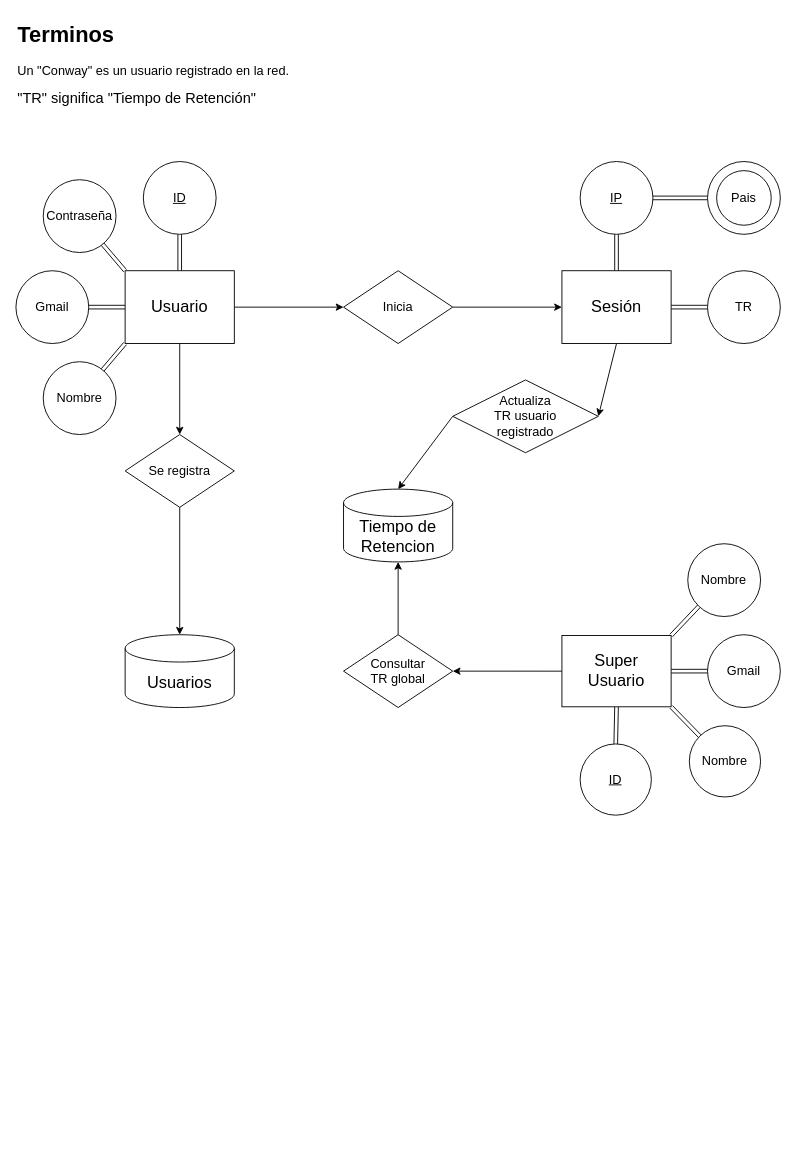
Earlier version of the draw.io diagram diagramas/DER.drawio (POLA-LCS/conway-social-life). Source tidied: cells renumbered, new cells numbered last; positions are measured from the earlier drawing's top-left corner, leaving out a move shared by most shapes. Both pictures are drawn from the tidied source at 91%, with x=0, y=0 at pixel (15, 15).
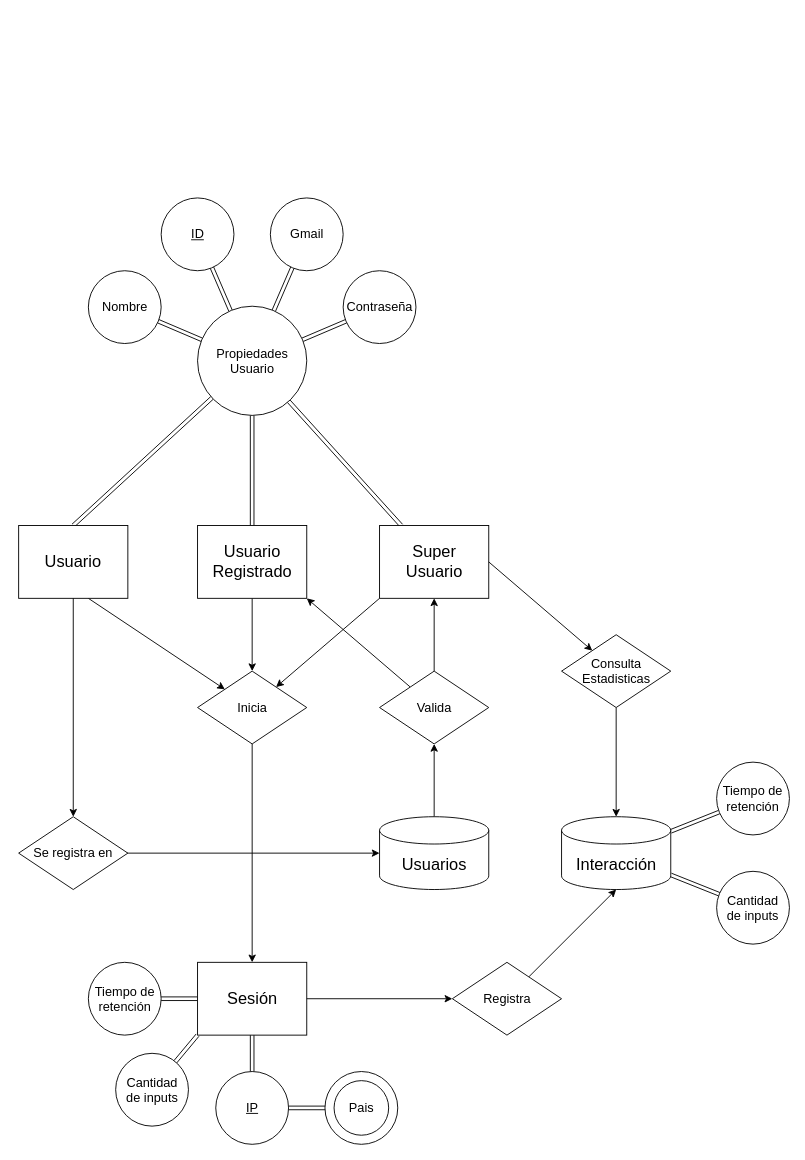
The same page after the edit.

The change refers to these unchanged cells:
```xml
<mxCell id="33" style="ellipse;whiteSpace=wrap;html=1;" parent="32" vertex="1">
  <mxGeometry width="80" height="80" as="geometry" />
</mxCell>
<mxCell id="34" value="&lt;font style=&quot;font-size: 14px;&quot;&gt;Pais&lt;/font&gt;" style="ellipse;whiteSpace=wrap;html=1;" parent="32" vertex="1">
  <mxGeometry x="10" y="10" width="60" height="60" as="geometry" />
</mxCell>
```

The edit, as a diff of the source:
```diff
@@
-    <mxCell id="2" style="rounded=0;jettySize=auto;html=1;exitX=0.5;exitY=1;exitDx=0;exitDy=0;entryX=0.5;entryY=0;entryDx=0;entryDy=0;" parent="1" edge="1" source="8" target="10">
-      <mxGeometry relative="1" as="geometry" />
-    </mxCell>
-    <mxCell id="3" style="edgeStyle=none;rounded=0;jettySize=auto;html=1;exitX=0;exitY=0.5;exitDx=0;exitDy=0;shape=link;" parent="1" edge="1" source="8" target="18">
-      <mxGeometry relative="1" as="geometry">
-        <Array as="points">
-          <mxPoint x="100" y="320" />
-        </Array>
-      </mxGeometry>
-    </mxCell>
-    <mxCell id="4" style="edgeStyle=none;rounded=0;jettySize=auto;html=1;exitX=0;exitY=0;exitDx=0;exitDy=0;shape=link;" parent="1" edge="1" source="8" target="19">
-      <mxGeometry relative="1" as="geometry" />
-    </mxCell>
-    <mxCell id="5" style="edgeStyle=none;rounded=0;jettySize=auto;html=1;exitX=1;exitY=0.5;exitDx=0;exitDy=0;entryX=0;entryY=0.5;entryDx=0;entryDy=0;" parent="1" edge="1" source="8" target="29">
-      <mxGeometry relative="1" as="geometry" />
-    </mxCell>
-    <mxCell id="6" style="edgeStyle=none;rounded=0;jettySize=auto;html=1;exitX=0.5;exitY=0;exitDx=0;exitDy=0;shape=link;" parent="1" edge="1" source="8" target="35">
-      <mxGeometry relative="1" as="geometry" />
-    </mxCell>
-    <mxCell id="7" style="edgeStyle=none;rounded=0;jettySize=auto;html=1;exitX=0;exitY=1;exitDx=0;exitDy=0;shape=link;" parent="1" edge="1" source="8" target="36">
-      <mxGeometry relative="1" as="geometry" />
-    </mxCell>
+    <mxCell id="44" style="edgeStyle=none;rounded=0;jettySize=auto;html=1;shape=link;" parent="1" edge="1" target="56">
+      <mxGeometry relative="1" as="geometry">
+        <mxPoint x="63" y="560" as="sourcePoint" />
+      </mxGeometry>
+    </mxCell>
+    <mxCell id="45" style="edgeStyle=none;rounded=0;jettySize=auto;html=1;exitX=1;exitY=1;exitDx=0;exitDy=0;" parent="1" edge="1" target="29">
+      <mxGeometry relative="1" as="geometry">
+        <mxPoint x="79.6" y="640" as="sourcePoint" />
+      </mxGeometry>
+    </mxCell>
     <mxCell id="8" value="&lt;font style=&quot;font-size: 18px;&quot;&gt;Usuario&lt;/font&gt;" style="rounded=0;whiteSpace=wrap;html=1;" parent="1" vertex="1">
-      <mxGeometry x="120" y="280" width="120" height="80" as="geometry" />
+      <mxGeometry x="3" y="560" width="120" height="80" as="geometry" />
     </mxCell>
+    <mxCell id="46" style="edgeStyle=none;rounded=0;jettySize=auto;html=1;" parent="1" edge="1" source="9" target="64">
+      <mxGeometry relative="1" as="geometry" />
+    </mxCell>
     <mxCell id="9" value="&lt;font style=&quot;font-size: 18px;&quot;&gt;Usuarios&lt;/font&gt;" style="shape=cylinder3;whiteSpace=wrap;html=1;boundedLbl=1;backgroundOutline=1;size=15;" parent="1" vertex="1">
-      <mxGeometry x="120" y="680" width="120" height="80" as="geometry" />
+      <mxGeometry x="399.6" y="880" width="120" height="80" as="geometry" />
     </mxCell>
-    <mxCell id="10" value="&lt;font style=&quot;font-size: 14px;&quot;&gt;Se registra&lt;/font&gt;" style="rhombus;whiteSpace=wrap;html=1;" parent="1" vertex="1">
-      <mxGeometry x="120" y="460" width="120" height="80" as="geometry" />
-    </mxCell>
-    <mxCell id="11" style="rounded=0;jettySize=auto;html=1;exitX=0.5;exitY=1;exitDx=0;exitDy=0;entryX=0.5;entryY=0;entryDx=0;entryDy=0;entryPerimeter=0;" parent="1" edge="1" source="10" target="9">
-      <mxGeometry relative="1" as="geometry" />
-    </mxCell>
-    <mxCell id="12" value="&lt;h1 style=&quot;margin-top: 0px;&quot;&gt;Terminos&lt;/h1&gt;&lt;p&gt;&lt;font style=&quot;font-size: 14px;&quot;&gt;Un &quot;Conway&quot; es un usuario registrado en la red.&lt;/font&gt;&lt;/p&gt;&lt;p&gt;&lt;font size=&quot;3&quot;&gt;&quot;TR&quot; significa &quot;Tiempo de Retención&quot;&lt;/font&gt;&lt;/p&gt;" style="text;html=1;whiteSpace=wrap;overflow=hidden;rounded=0;" parent="1" vertex="1">
-      <mxGeometry width="320" height="120" as="geometry" />
-    </mxCell>
-    <mxCell id="13" style="edgeStyle=orthogonalEdgeStyle;rounded=0;jettySize=auto;html=1;exitX=1;exitY=0.5;exitDx=0;exitDy=0;entryX=0;entryY=0.5;entryDx=0;entryDy=0;shape=link;" parent="1" edge="1" source="16" target="17">
-      <mxGeometry relative="1" as="geometry" />
-    </mxCell>
-    <mxCell id="14" style="edgeStyle=none;rounded=0;jettySize=auto;html=1;exitX=0.5;exitY=0;exitDx=0;exitDy=0;entryX=0.5;entryY=1;entryDx=0;entryDy=0;shape=link;" parent="1" edge="1" source="16" target="31">
+    <mxCell id="14" style="edgeStyle=none;rounded=0;jettySize=auto;html=1;shape=link;" parent="1" edge="1" source="16" target="31">
       <mxGeometry relative="1" as="geometry" />
     </mxCell>
-    <mxCell id="15" style="edgeStyle=none;rounded=0;jettySize=auto;html=1;exitX=0.5;exitY=1;exitDx=0;exitDy=0;entryX=1;entryY=0.5;entryDx=0;entryDy=0;" parent="1" edge="1" source="16" target="27">
-      <mxGeometry relative="1" as="geometry" />
-    </mxCell>
-    <mxCell id="16" value="&lt;font style=&quot;font-size: 18px;&quot;&gt;Sesión&lt;/font&gt;" style="rounded=0;whiteSpace=wrap;html=1;" parent="1" vertex="1">
-      <mxGeometry x="600" y="280" width="120" height="80" as="geometry" />
-    </mxCell>
-    <mxCell id="17" value="&lt;font style=&quot;font-size: 14px;&quot;&gt;TR&lt;/font&gt;" style="ellipse;whiteSpace=wrap;html=1;" parent="1" vertex="1">
-      <mxGeometry x="760" y="280" width="80" height="80" as="geometry" />
-    </mxCell>
     <mxCell id="18" value="&lt;font style=&quot;font-size: 14px;&quot;&gt;Gmail&lt;/font&gt;" style="ellipse;whiteSpace=wrap;html=1;" parent="1" vertex="1">
-      <mxGeometry y="280" width="80" height="80" as="geometry" />
+      <mxGeometry x="279.6" y="200" width="80" height="80" as="geometry" />
     </mxCell>
     <mxCell id="19" value="&lt;font style=&quot;font-size: 14px;&quot;&gt;Contraseña&lt;/font&gt;" style="ellipse;whiteSpace=wrap;html=1;" parent="1" vertex="1">
-      <mxGeometry x="30" y="180" width="80" height="80" as="geometry" />
+      <mxGeometry x="359.6" y="280" width="80" height="80" as="geometry" />
     </mxCell>
-    <mxCell id="20" style="edgeStyle=none;rounded=0;jettySize=auto;html=1;exitX=0;exitY=0.5;exitDx=0;exitDy=0;entryX=1;entryY=0.5;entryDx=0;entryDy=0;" parent="1" edge="1" source="25" target="26">
-      <mxGeometry relative="1" as="geometry" />
-    </mxCell>
-    <mxCell id="21" style="edgeStyle=none;rounded=0;jettySize=auto;html=1;shape=link;exitX=0.5;exitY=1;exitDx=0;exitDy=0;" parent="1" edge="1" source="25" target="40">
-      <mxGeometry relative="1" as="geometry" />
-    </mxCell>
-    <mxCell id="22" style="edgeStyle=none;rounded=0;jettySize=auto;html=1;exitX=1;exitY=0.5;exitDx=0;exitDy=0;shape=link;" parent="1" edge="1" source="25" target="41">
-      <mxGeometry relative="1" as="geometry" />
-    </mxCell>
-    <mxCell id="23" style="edgeStyle=none;rounded=0;jettySize=auto;html=1;exitX=1;exitY=1;exitDx=0;exitDy=0;shape=link;" parent="1" edge="1" source="25" target="42">
-      <mxGeometry relative="1" as="geometry" />
-    </mxCell>
-    <mxCell id="24" style="edgeStyle=none;rounded=0;jettySize=auto;html=1;exitX=1;exitY=0;exitDx=0;exitDy=0;shape=link;" parent="1" edge="1" source="25" target="43">
-      <mxGeometry relative="1" as="geometry" />
-    </mxCell>
-    <mxCell id="25" value="&lt;div&gt;&lt;font style=&quot;font-size: 18px;&quot;&gt;Super&lt;/font&gt;&lt;/div&gt;&lt;div&gt;&lt;font style=&quot;font-size: 18px;&quot;&gt;Usuario&lt;/font&gt;&lt;/div&gt;" style="rounded=0;whiteSpace=wrap;html=1;" parent="1" vertex="1">
-      <mxGeometry x="600" y="680.9" width="120" height="78.3" as="geometry" />
-    </mxCell>
-    <mxCell id="26" value="&lt;div&gt;&lt;font style=&quot;font-size: 14px;&quot;&gt;Consultar&lt;/font&gt;&lt;/div&gt;&lt;div&gt;&lt;font style=&quot;font-size: 14px;&quot;&gt;TR global&lt;/font&gt;&lt;/div&gt;" style="rhombus;whiteSpace=wrap;html=1;" parent="1" vertex="1">
-      <mxGeometry x="360" y="680" width="120" height="80" as="geometry" />
-    </mxCell>
-    <mxCell id="27" value="&lt;div&gt;&lt;font style=&quot;font-size: 14px;&quot;&gt;Actualiza&lt;/font&gt;&lt;/div&gt;&lt;div&gt;&lt;font style=&quot;font-size: 14px;&quot;&gt;TR&amp;nbsp;usuario&lt;/font&gt;&lt;/div&gt;&lt;div&gt;&lt;font style=&quot;font-size: 14px;&quot;&gt;registrado&lt;/font&gt;&lt;/div&gt;" style="rhombus;whiteSpace=wrap;html=1;" parent="1" vertex="1">
-      <mxGeometry x="480" y="400" width="160" height="80" as="geometry" />
-    </mxCell>
-    <mxCell id="28" style="edgeStyle=none;rounded=0;jettySize=auto;html=1;exitX=1;exitY=0.5;exitDx=0;exitDy=0;entryX=0;entryY=0.5;entryDx=0;entryDy=0;" parent="1" edge="1" source="29" target="16">
-      <mxGeometry relative="1" as="geometry" />
-    </mxCell>
-    <mxCell id="29" value="&lt;font style=&quot;font-size: 14px;&quot;&gt;Inicia&lt;/font&gt;" style="rhombus;whiteSpace=wrap;html=1;" parent="1" vertex="1">
-      <mxGeometry x="360" y="280" width="120" height="80" as="geometry" />
-    </mxCell>
-    <mxCell id="30" style="edgeStyle=none;rounded=0;jettySize=auto;html=1;exitX=1;exitY=0.5;exitDx=0;exitDy=0;entryX=0;entryY=0.5;entryDx=0;entryDy=0;shape=link;" parent="1" edge="1" source="31" target="33">
+    <mxCell id="30" style="edgeStyle=none;rounded=0;jettySize=auto;html=1;shape=link;" parent="1" edge="1" source="31" target="34">
       <mxGeometry relative="1" as="geometry" />
     </mxCell>
     <mxCell id="31" value="&lt;font style=&quot;font-size: 14px;&quot;&gt;&lt;u&gt;IP&lt;/u&gt;&lt;/font&gt;" style="ellipse;whiteSpace=wrap;html=1;" parent="1" vertex="1">
-      <mxGeometry x="620" y="160" width="80" height="80" as="geometry" />
+      <mxGeometry x="219.6" y="1160" width="80" height="80" as="geometry" />
     </mxCell>
     <mxCell id="32" style="group;" parent="1" vertex="1">
-      <mxGeometry x="760" y="160" width="80" height="80" as="geometry" />
+      <mxGeometry x="339.6" y="1160" width="80" height="80" as="geometry" />
     </mxCell>
@@
     <mxCell id="35" value="&lt;font style=&quot;font-size: 14px;&quot;&gt;&lt;u&gt;ID&lt;/u&gt;&lt;/font&gt;" style="ellipse;whiteSpace=wrap;html=1;" parent="1" vertex="1">
-      <mxGeometry x="140" y="160" width="80" height="80" as="geometry" />
+      <mxGeometry x="159.6" y="200" width="80" height="80" as="geometry" />
     </mxCell>
     <mxCell id="36" value="&lt;font style=&quot;font-size: 14px;&quot;&gt;Nombre&lt;/font&gt;" style="ellipse;whiteSpace=wrap;html=1;" parent="1" vertex="1">
-      <mxGeometry x="30" y="380" width="80" height="80" as="geometry" />
+      <mxGeometry x="79.6" y="280" width="80" height="80" as="geometry" />
     </mxCell>
+    <mxCell id="47" style="edgeStyle=none;rounded=0;jettySize=auto;html=1;shape=link;" parent="1" edge="1" source="37" target="72">
+      <mxGeometry relative="1" as="geometry" />
+    </mxCell>
+    <mxCell id="48" style="edgeStyle=none;rounded=0;jettySize=auto;html=1;shape=link;" parent="1" edge="1" source="37" target="73">
+      <mxGeometry relative="1" as="geometry" />
+    </mxCell>
-    <mxCell id="37" value="&lt;font style=&quot;font-size: 18px;&quot;&gt;Tiempo de Retencion&lt;/font&gt;" style="shape=cylinder3;whiteSpace=wrap;html=1;boundedLbl=1;backgroundOutline=1;size=15;" parent="1" vertex="1">
-      <mxGeometry x="360" y="520" width="120" height="80" as="geometry" />
+    <mxCell id="37" value="&lt;font style=&quot;font-size: 18px;&quot;&gt;Interacción&lt;/font&gt;" style="shape=cylinder3;whiteSpace=wrap;html=1;boundedLbl=1;backgroundOutline=1;size=15;" parent="1" vertex="1">
+      <mxGeometry x="599.6" y="880" width="120" height="80" as="geometry" />
     </mxCell>
-    <mxCell id="38" style="edgeStyle=none;rounded=0;jettySize=auto;html=1;exitX=0.5;exitY=0;exitDx=0;exitDy=0;entryX=0.5;entryY=1;entryDx=0;entryDy=0;entryPerimeter=0;" parent="1" edge="1" source="26" target="37">
-      <mxGeometry relative="1" as="geometry" />
-    </mxCell>
-    <mxCell id="39" style="edgeStyle=none;rounded=0;jettySize=auto;html=1;exitX=0;exitY=0.5;exitDx=0;exitDy=0;entryX=0.5;entryY=0;entryDx=0;entryDy=0;entryPerimeter=0;" parent="1" edge="1" source="27" target="37">
-      <mxGeometry relative="1" as="geometry" />
-    </mxCell>
-    <mxCell id="40" value="&lt;font style=&quot;font-size: 14px;&quot;&gt;&lt;u&gt;ID&lt;/u&gt;&lt;/font&gt;" style="ellipse;whiteSpace=wrap;html=1;" parent="1" vertex="1">
-      <mxGeometry x="620" y="800" width="78.3" height="78.3" as="geometry" />
-    </mxCell>
-    <mxCell id="41" value="&lt;font style=&quot;font-size: 14px;&quot;&gt;&lt;font&gt;G&lt;font&gt;mail&lt;/font&gt;&lt;/font&gt;&lt;/font&gt;" style="ellipse;whiteSpace=wrap;html=1;" parent="1" vertex="1">
-      <mxGeometry x="760" y="680" width="80" height="80" as="geometry" />
-    </mxCell>
-    <mxCell id="42" value="&lt;font style=&quot;font-size: 14px;&quot;&gt;Nombre&lt;/font&gt;" style="ellipse;whiteSpace=wrap;html=1;" parent="1" vertex="1">
-      <mxGeometry x="740" y="780" width="78.3" height="78.3" as="geometry" />
-    </mxCell>
-    <mxCell id="43" value="&lt;font style=&quot;font-size: 14px;&quot;&gt;Nombre&lt;/font&gt;" style="ellipse;whiteSpace=wrap;html=1;" parent="1" vertex="1">
-      <mxGeometry x="738.3" y="580" width="80" height="80" as="geometry" />
-    </mxCell>
+    <mxCell id="49" style="edgeStyle=none;rounded=0;jettySize=auto;html=1;shape=link;" parent="1" edge="1" source="51" target="56">
+      <mxGeometry relative="1" as="geometry" />
+    </mxCell>
+    <mxCell id="50" style="edgeStyle=none;rounded=0;jettySize=auto;html=1;" parent="1" edge="1" source="51" target="29">
+      <mxGeometry relative="1" as="geometry" />
+    </mxCell>
+    <mxCell id="51" value="&lt;div&gt;&lt;font style=&quot;font-size: 18px;&quot;&gt;Usuario&lt;/font&gt;&lt;/div&gt;&lt;div&gt;&lt;font style=&quot;font-size: 18px;&quot;&gt;Registrado&lt;/font&gt;&lt;/div&gt;" style="rounded=0;whiteSpace=wrap;html=1;" parent="1" vertex="1">
+      <mxGeometry x="199.6" y="560" width="120" height="80" as="geometry" />
+    </mxCell>
+    <mxCell id="52" style="edgeStyle=none;rounded=0;jettySize=auto;html=1;shape=link;" parent="1" edge="1" source="56" target="35">
+      <mxGeometry relative="1" as="geometry" />
+    </mxCell>
+    <mxCell id="53" style="edgeStyle=none;rounded=0;jettySize=auto;html=1;shape=link;" parent="1" edge="1" source="56" target="19">
+      <mxGeometry relative="1" as="geometry" />
+    </mxCell>
+    <mxCell id="54" style="edgeStyle=none;rounded=0;jettySize=auto;html=1;shape=link;" parent="1" edge="1" source="56" target="18">
+      <mxGeometry relative="1" as="geometry" />
+    </mxCell>
+    <mxCell id="55" style="edgeStyle=none;rounded=0;jettySize=auto;html=1;shape=link;" parent="1" edge="1" source="56" target="36">
+      <mxGeometry relative="1" as="geometry" />
+    </mxCell>
+    <mxCell id="56" value="&lt;font style=&quot;font-size: 14px;&quot;&gt;Propiedades Usuario&lt;/font&gt;" style="ellipse;whiteSpace=wrap;html=1;" parent="1" vertex="1">
+      <mxGeometry x="199.6" y="319" width="120" height="120" as="geometry" />
+    </mxCell>
+    <mxCell id="57" style="edgeStyle=none;rounded=0;jettySize=auto;html=1;shape=link;" parent="1" edge="1" source="25" target="56">
+      <mxGeometry relative="1" as="geometry" />
+    </mxCell>
+    <mxCell id="58" style="edgeStyle=none;rounded=0;jettySize=auto;html=1;exitX=0;exitY=1;exitDx=0;exitDy=0;" parent="1" edge="1" source="25" target="29">
+      <mxGeometry relative="1" as="geometry" />
+    </mxCell>
+    <mxCell id="25" value="&lt;div&gt;&lt;font style=&quot;font-size: 18px;&quot;&gt;Super&lt;/font&gt;&lt;/div&gt;&lt;div&gt;&lt;font style=&quot;font-size: 18px;&quot;&gt;Usuario&lt;/font&gt;&lt;/div&gt;" style="rounded=0;whiteSpace=wrap;html=1;" parent="1" vertex="1">
+      <mxGeometry x="399.6" y="560" width="120" height="80" as="geometry" />
+    </mxCell>
+    <mxCell id="13" style="edgeStyle=none;rounded=0;jettySize=auto;html=1;shape=link;" parent="1" edge="1" source="16" target="17">
+      <mxGeometry relative="1" as="geometry" />
+    </mxCell>
+    <mxCell id="59" style="edgeStyle=none;rounded=0;jettySize=auto;html=1;shape=link;exitX=0;exitY=1;exitDx=0;exitDy=0;" parent="1" edge="1" source="16" target="74">
+      <mxGeometry relative="1" as="geometry" />
+    </mxCell>
+    <mxCell id="16" value="&lt;font style=&quot;font-size: 18px;&quot;&gt;Sesión&lt;/font&gt;" style="rounded=0;whiteSpace=wrap;html=1;" parent="1" vertex="1">
+      <mxGeometry x="199.6" y="1040" width="120" height="80" as="geometry" />
+    </mxCell>
+    <mxCell id="28" style="edgeStyle=none;rounded=0;jettySize=auto;html=1;exitX=0.5;exitY=1;exitDx=0;exitDy=0;" parent="1" edge="1" source="29" target="16">
+      <mxGeometry relative="1" as="geometry" />
+    </mxCell>
+    <mxCell id="29" value="&lt;font style=&quot;font-size: 14px;&quot;&gt;Inicia&lt;/font&gt;" style="rhombus;whiteSpace=wrap;html=1;" parent="1" vertex="1">
+      <mxGeometry x="199.6" y="720" width="120" height="80" as="geometry" />
+    </mxCell>
+    <mxCell id="60" style="edgeStyle=none;rounded=0;jettySize=auto;html=1;" parent="1" edge="1" target="9">
+      <mxGeometry relative="1" as="geometry">
+        <mxPoint x="79.6" y="920" as="sourcePoint" />
+      </mxGeometry>
+    </mxCell>
+    <mxCell id="61" style="edgeStyle=none;rounded=0;jettySize=auto;html=1;" parent="1" edge="1" source="8" target="65">
+      <mxGeometry relative="1" as="geometry" />
+    </mxCell>
+    <mxCell id="62" style="edgeStyle=none;rounded=0;jettySize=auto;html=1;entryX=1;entryY=1;entryDx=0;entryDy=0;" parent="1" edge="1" source="64" target="51">
+      <mxGeometry relative="1" as="geometry" />
+    </mxCell>
+    <mxCell id="63" style="edgeStyle=none;rounded=0;jettySize=auto;html=1;" parent="1" edge="1" source="64" target="25">
+      <mxGeometry relative="1" as="geometry" />
+    </mxCell>
+    <mxCell id="64" value="&lt;font style=&quot;font-size: 14px;&quot;&gt;Valida&lt;/font&gt;" style="rhombus;whiteSpace=wrap;html=1;" parent="1" vertex="1">
+      <mxGeometry x="399.6" y="720" width="120" height="80" as="geometry" />
+    </mxCell>
+    <mxCell id="65" value="&lt;font style=&quot;font-size: 14px;&quot;&gt;Se registra en&lt;/font&gt;" style="rhombus;whiteSpace=wrap;html=1;" parent="1" vertex="1">
+      <mxGeometry x="3" y="880" width="120" height="80" as="geometry" />
+    </mxCell>
+    <mxCell id="17" value="&lt;div&gt;&lt;font style=&quot;font-size: 14px;&quot;&gt;Tiempo de retención&lt;/font&gt;&lt;/div&gt;" style="ellipse;whiteSpace=wrap;html=1;" parent="1" vertex="1">
+      <mxGeometry x="79.6" y="1040" width="80" height="80" as="geometry" />
+    </mxCell>
+    <mxCell id="66" style="edgeStyle=none;rounded=0;jettySize=auto;html=1;entryX=0.5;entryY=1;entryDx=0;entryDy=0;entryPerimeter=0;" parent="1" edge="1" source="69" target="37">
+      <mxGeometry relative="1" as="geometry" />
+    </mxCell>
+    <mxCell id="67" style="edgeStyle=none;rounded=0;jettySize=auto;html=1;" parent="1" edge="1" source="71" target="37">
+      <mxGeometry relative="1" as="geometry" />
+    </mxCell>
+    <mxCell id="68" style="edgeStyle=none;rounded=0;jettySize=auto;html=1;exitX=1;exitY=0.5;exitDx=0;exitDy=0;" parent="1" edge="1" source="16" target="69">
+      <mxGeometry relative="1" as="geometry" />
+    </mxCell>
+    <mxCell id="69" value="&lt;font style=&quot;font-size: 14px;&quot;&gt;Registra&lt;/font&gt;" style="rhombus;whiteSpace=wrap;html=1;" parent="1" vertex="1">
+      <mxGeometry x="479.6" y="1040" width="120" height="80" as="geometry" />
+    </mxCell>
+    <mxCell id="70" style="edgeStyle=none;rounded=0;jettySize=auto;html=1;exitX=1;exitY=0.5;exitDx=0;exitDy=0;" parent="1" edge="1" source="25" target="71">
+      <mxGeometry relative="1" as="geometry" />
+    </mxCell>
+    <mxCell id="71" value="&lt;div&gt;&lt;font style=&quot;font-size: 14px;&quot;&gt;Consulta&lt;/font&gt;&lt;/div&gt;&lt;div&gt;&lt;font style=&quot;font-size: 14px;&quot;&gt;Estadisticas&lt;/font&gt;&lt;/div&gt;" style="rhombus;whiteSpace=wrap;html=1;" parent="1" vertex="1">
+      <mxGeometry x="599.6" y="680" width="120" height="80" as="geometry" />
+    </mxCell>
+    <mxCell id="72" value="&lt;font style=&quot;font-size: 14px;&quot;&gt;Tiempo de retención&lt;/font&gt;" style="ellipse;whiteSpace=wrap;html=1;" parent="1" vertex="1">
+      <mxGeometry x="770" y="820" width="80" height="80" as="geometry" />
+    </mxCell>
+    <mxCell id="73" value="&lt;div&gt;&lt;font style=&quot;font-size: 14px;&quot;&gt;Cantidad&lt;/font&gt;&lt;/div&gt;&lt;div&gt;&lt;font style=&quot;font-size: 14px;&quot;&gt;de inputs&lt;/font&gt;&lt;/div&gt;" style="ellipse;whiteSpace=wrap;html=1;" parent="1" vertex="1">
+      <mxGeometry x="770" y="940" width="80" height="80" as="geometry" />
+    </mxCell>
+    <mxCell id="74" value="&lt;div&gt;&lt;font style=&quot;font-size: 14px;&quot;&gt;Cantidad&lt;/font&gt;&lt;/div&gt;&lt;div&gt;&lt;font style=&quot;font-size: 14px;&quot;&gt;de inputs&lt;/font&gt;&lt;/div&gt;" style="ellipse;whiteSpace=wrap;html=1;" parent="1" vertex="1">
+      <mxGeometry x="109.6" y="1140" width="80" height="80" as="geometry" />
+    </mxCell>
```
